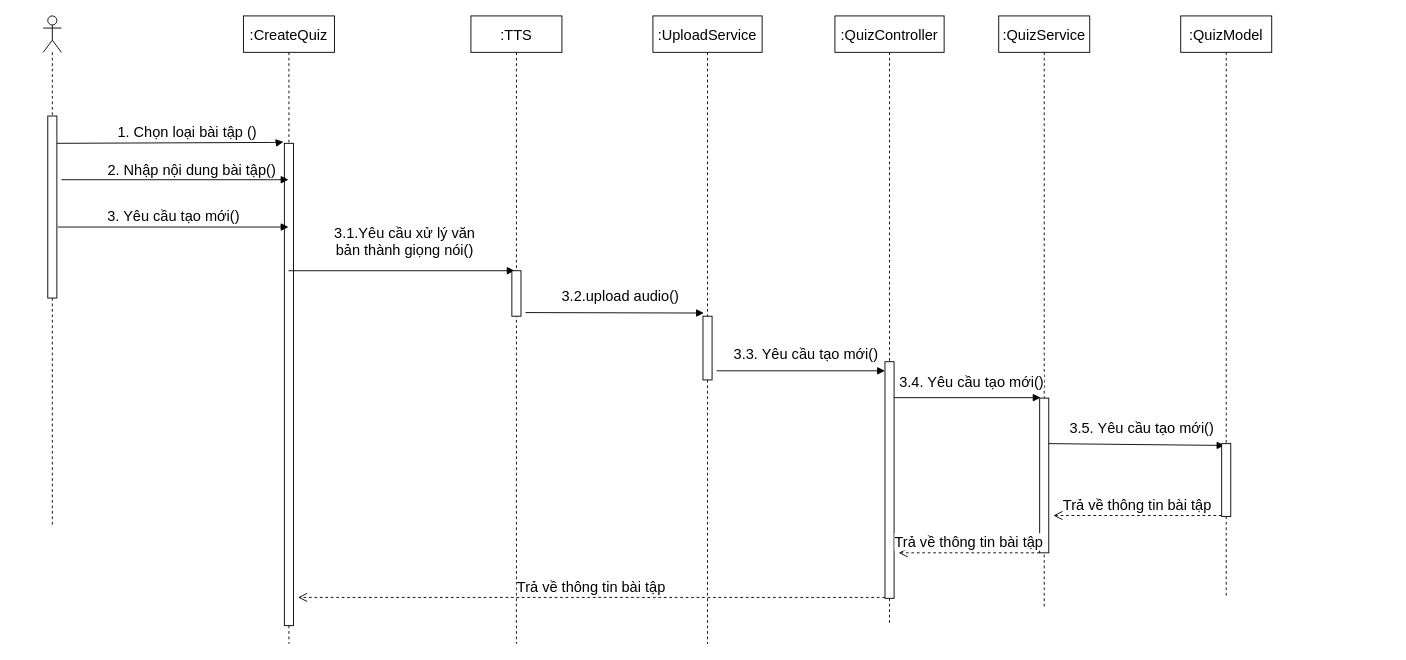
The draw.io diagram page "Page-1" (1 of 25) of src/Untitled Diagram.drawio in Thuong911/vietStudy, before the edit. Source tidied: cells renumbered, new cells numbered last; positions are measured from the earlier drawing's top-left corner, leaving out a move shared by most shapes. Both pictures are drawn from the tidied source at 91%, with x=0, y=0 at pixel (43, 15).
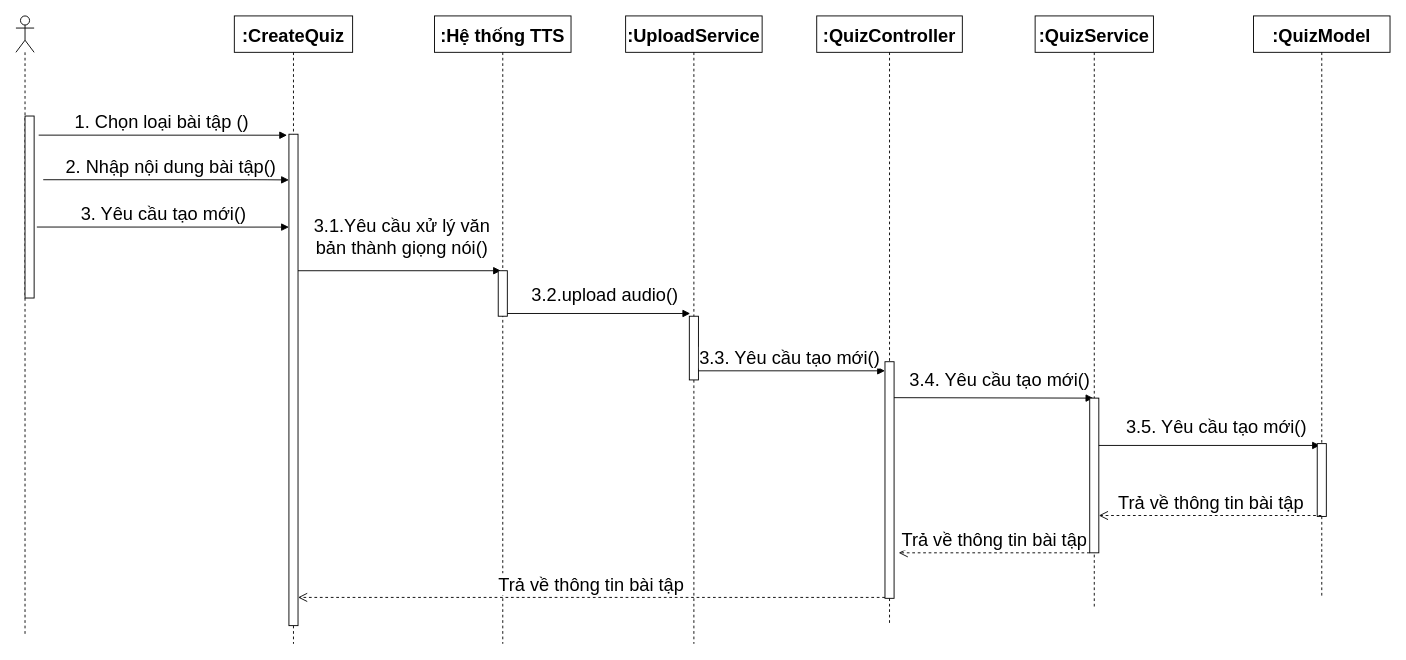
Above is the later version.

What changed in the source:
```diff
@@
-    <mxCell id="2" value=":CreateQuiz" style="shape=umlLifeline;perimeter=lifelinePerimeter;rounded=0;shadow=0;strokeWidth=1;fontSize=16;" parent="1" vertex="1">
-      <mxGeometry x="220" width="100" height="690" as="geometry" />
+    <mxCell id="2" value=":CreateQuiz" style="shape=umlLifeline;perimeter=lifelinePerimeter;rounded=0;shadow=0;strokeWidth=1;fontSize=20;fontStyle=1;" parent="1" vertex="1">
+      <mxGeometry x="210" width="130" height="690" as="geometry" />
     </mxCell>
-    <mxCell id="3" style="html=1;points=[];perimeter=orthogonalPerimeter;fontSize=16;" parent="2" vertex="1">
-      <mxGeometry x="45" y="140" width="10" height="530" as="geometry" />
+    <mxCell id="3" style="html=1;points=[];perimeter=orthogonalPerimeter;fontSize=20;" parent="2" vertex="1">
+      <mxGeometry x="60" y="130" width="10" height="540" as="geometry" />
     </mxCell>
-    <mxCell id="4" value=":QuizController" style="shape=umlLifeline;perimeter=lifelinePerimeter;rounded=0;shadow=0;strokeWidth=1;fontSize=16;" parent="1" vertex="1">
-      <mxGeometry x="870" width="120" height="670" as="geometry" />
+    <mxCell id="4" value=":QuizController" style="shape=umlLifeline;perimeter=lifelinePerimeter;rounded=0;shadow=0;strokeWidth=1;fontSize=20;fontStyle=1;" parent="1" vertex="1">
+      <mxGeometry x="850" width="160" height="670" as="geometry" />
     </mxCell>
-    <mxCell id="5" value=":QuizService" style="shape=umlLifeline;perimeter=lifelinePerimeter;rounded=0;shadow=0;strokeWidth=1;fontSize=16;" parent="1" vertex="1">
-      <mxGeometry x="1050" width="100" height="650" as="geometry" />
+    <mxCell id="5" value=":QuizService" style="shape=umlLifeline;perimeter=lifelinePerimeter;rounded=0;shadow=0;strokeWidth=1;fontSize=20;fontStyle=1;" parent="1" vertex="1">
+      <mxGeometry x="1090" width="130" height="650" as="geometry" />
     </mxCell>
-    <mxCell id="6" value=":QuizModel" style="shape=umlLifeline;perimeter=lifelinePerimeter;rounded=0;shadow=0;strokeWidth=1;fontSize=16;" parent="1" vertex="1">
-      <mxGeometry x="1250" width="100" height="640" as="geometry" />
+    <mxCell id="6" value=":QuizModel" style="shape=umlLifeline;perimeter=lifelinePerimeter;rounded=0;shadow=0;strokeWidth=1;fontSize=20;fontStyle=1;" parent="1" vertex="1">
+      <mxGeometry x="1330" width="150" height="640" as="geometry" />
     </mxCell>
-    <mxCell id="7" style="shape=umlLifeline;participant=umlActor;perimeter=lifelinePerimeter;whiteSpace=wrap;html=1;verticalAlign=top;spacingTop=36;fontSize=16;" parent="1" vertex="1">
-      <mxGeometry width="20" height="560" as="geometry" />
+    <mxCell id="7" style="shape=umlLifeline;participant=umlActor;perimeter=lifelinePerimeter;whiteSpace=wrap;html=1;verticalAlign=top;spacingTop=36;fontSize=20;" parent="1" vertex="1">
+      <mxGeometry x="-30" width="20" height="680" as="geometry" />
     </mxCell>
-    <mxCell id="8" style="html=1;points=[];perimeter=orthogonalPerimeter;fontSize=16;" parent="1" vertex="1">
-      <mxGeometry x="5" y="110" width="10" height="200" as="geometry" />
+    <mxCell id="8" style="html=1;points=[];perimeter=orthogonalPerimeter;fontSize=20;" parent="1" vertex="1">
+      <mxGeometry x="-20" y="110" width="10" height="200" as="geometry" />
     </mxCell>
-    <mxCell id="9" value="2. Nhập nội dung bài tập()" style="html=1;verticalAlign=bottom;endArrow=block;fontSize=16;" parent="1" edge="1" target="2">
-      <mxGeometry x="0.15" y="-1" relative="1" as="geometry">
-        <mxPoint x="20" y="180" as="sourcePoint" />
-        <Array as="points">
-          <mxPoint x="255" y="180" />
-        </Array>
-      </mxGeometry>
-    </mxCell>
-    <mxCell id="10" value="3. Yêu cầu tạo mới()" style="html=1;verticalAlign=bottom;endArrow=block;exitX=1.1;exitY=0.61;exitDx=0;exitDy=0;exitPerimeter=0;fontSize=16;" parent="1" edge="1" source="8" target="2">
-      <mxGeometry relative="1" as="geometry" />
-    </mxCell>
-    <mxCell id="11" value="1. Chọn loại bài tập ()" style="html=1;verticalAlign=bottom;endArrow=block;exitX=1;exitY=0.15;exitDx=0;exitDy=0;exitPerimeter=0;entryX=-0.1;entryY=-0.003;entryDx=0;entryDy=0;entryPerimeter=0;fontSize=16;" parent="1" edge="1" source="8" target="3">
-      <mxGeometry x="0.15" y="-1" relative="1" as="geometry">
-        <Array as="points">
-          <mxPoint x="260" y="139" />
-        </Array>
-      </mxGeometry>
-    </mxCell>
-    <mxCell id="12" value=":TTS" style="shape=umlLifeline;perimeter=lifelinePerimeter;rounded=0;shadow=0;strokeWidth=1;fontSize=16;" parent="1" vertex="1">
-      <mxGeometry x="470" width="100" height="690" as="geometry" />
+    <mxCell id="12" value=":Hệ thống TTS" style="shape=umlLifeline;perimeter=lifelinePerimeter;rounded=0;shadow=0;strokeWidth=1;fontSize=20;fontStyle=1;" parent="1" vertex="1">
+      <mxGeometry x="430" width="150" height="690" as="geometry" />
     </mxCell>
-    <mxCell id="13" value=":UploadService" style="shape=umlLifeline;perimeter=lifelinePerimeter;rounded=0;shadow=0;strokeWidth=1;fontSize=16;" parent="1" vertex="1">
-      <mxGeometry x="670" width="120" height="690" as="geometry" />
+    <mxCell id="13" value=":UploadService" style="shape=umlLifeline;perimeter=lifelinePerimeter;rounded=0;shadow=0;strokeWidth=1;fontSize=20;fontStyle=1;" parent="1" vertex="1">
+      <mxGeometry x="640" width="150" height="690" as="geometry" />
     </mxCell>
+    <mxCell id="17" style="html=1;points=[];perimeter=orthogonalPerimeter;fontSize=20;" parent="13" vertex="1">
+      <mxGeometry x="70" y="330" width="10" height="70" as="geometry" />
+    </mxCell>
-    <mxCell id="14" value="3.1.Yêu cầu xử lý văn &lt;br&gt;bản thành giọng nói()" style="html=1;verticalAlign=bottom;endArrow=block;entryX=0.3;entryY=0;entryDx=0;entryDy=0;entryPerimeter=0;fontSize=16;" parent="1" edge="1" source="2" target="15">
-      <mxGeometry x="0.02" y="11" relative="1" as="geometry" />
+    <mxCell id="14" value="3.1.Yêu cầu xử lý văn &lt;br style=&quot;font-size: 20px;&quot;&gt;bản thành giọng nói()" style="html=1;verticalAlign=bottom;endArrow=block;entryX=0.3;entryY=0;entryDx=0;entryDy=0;entryPerimeter=0;fontSize=20;" parent="1" edge="1" target="15">
+      <mxGeometry x="0.02" y="11" relative="1" as="geometry">
+        <mxPoint x="280" y="280" as="sourcePoint" />
+      </mxGeometry>
     </mxCell>
-    <mxCell id="15" style="html=1;points=[];perimeter=orthogonalPerimeter;fontSize=16;" parent="1" vertex="1">
-      <mxGeometry x="515" y="280" width="10" height="50" as="geometry" />
+    <mxCell id="15" style="html=1;points=[];perimeter=orthogonalPerimeter;fontSize=20;" parent="1" vertex="1">
+      <mxGeometry x="500" y="280" width="10" height="50" as="geometry" />
     </mxCell>
-    <mxCell id="16" value="3.2.upload audio()" style="html=1;verticalAlign=bottom;endArrow=block;fontSize=16;entryX=0.1;entryY=-0.05;entryDx=0;entryDy=0;entryPerimeter=0;" parent="1" edge="1" target="17">
+    <mxCell id="16" value="3.2.upload audio()" style="html=1;verticalAlign=bottom;endArrow=block;fontSize=20;" parent="1" edge="1">
       <mxGeometry x="0.06" y="6" relative="1" as="geometry">
-        <mxPoint x="530" y="326" as="sourcePoint" />
+        <mxPoint x="510" y="327" as="sourcePoint" />
+        <mxPoint x="711" y="327" as="targetPoint" />
       </mxGeometry>
     </mxCell>
-    <mxCell id="17" style="html=1;points=[];perimeter=orthogonalPerimeter;fontSize=16;" parent="1" vertex="1">
-      <mxGeometry x="725" y="330" width="10" height="70" as="geometry" />
-    </mxCell>
-    <mxCell id="18" value="3.3. Yêu cầu tạo mới()" style="html=1;verticalAlign=bottom;endArrow=block;fontSize=16;" parent="1" edge="1" target="19">
-      <mxGeometry x="0.06" y="6" relative="1" as="geometry">
-        <mxPoint x="740" y="390" as="sourcePoint" />
-      </mxGeometry>
+    <mxCell id="18" value="3.3. Yêu cầu tạo mới()" style="html=1;verticalAlign=bottom;endArrow=block;fontSize=20;exitX=1;exitY=0.857;exitDx=0;exitDy=0;exitPerimeter=0;" parent="1" edge="1" source="17" target="19">
+      <mxGeometry x="-0.02" relative="1" as="geometry" />
     </mxCell>
-    <mxCell id="19" style="html=1;points=[];perimeter=orthogonalPerimeter;fontSize=16;" parent="1" vertex="1">
+    <mxCell id="19" style="html=1;points=[];perimeter=orthogonalPerimeter;fontSize=20;" parent="1" vertex="1">
       <mxGeometry x="925" y="380" width="10" height="260" as="geometry" />
     </mxCell>
-    <mxCell id="20" value="3.4. Yêu cầu tạo mới()" style="html=1;verticalAlign=bottom;endArrow=block;fontSize=16;entryX=0.1;entryY=-0.05;entryDx=0;entryDy=0;entryPerimeter=0;" parent="1" edge="1">
+    <mxCell id="20" value="3.4. Yêu cầu tạo mới()" style="html=1;verticalAlign=bottom;endArrow=block;fontSize=20;entryX=0.4;entryY=0;entryDx=0;entryDy=0;entryPerimeter=0;" parent="1" edge="1" target="21">
       <mxGeometry x="0.06" y="6" relative="1" as="geometry">
         <mxPoint x="935" y="419.5" as="sourcePoint" />
-        <mxPoint x="1096" y="419.5" as="targetPoint" />
       </mxGeometry>
     </mxCell>
-    <mxCell id="21" style="html=1;points=[];perimeter=orthogonalPerimeter;fontSize=16;" parent="1" vertex="1">
-      <mxGeometry x="1095" y="420" width="10" height="170" as="geometry" />
+    <mxCell id="21" style="html=1;points=[];perimeter=orthogonalPerimeter;fontSize=20;" parent="1" vertex="1">
+      <mxGeometry x="1150" y="420" width="10" height="170" as="geometry" />
     </mxCell>
-    <mxCell id="22" value="3.5. Yêu cầu tạo mới()" style="html=1;verticalAlign=bottom;endArrow=block;fontSize=16;entryX=0.3;entryY=0.025;entryDx=0;entryDy=0;entryPerimeter=0;" parent="1" edge="1" target="23">
+    <mxCell id="22" value="3.5. Yêu cầu tạo mới()" style="html=1;verticalAlign=bottom;endArrow=block;fontSize=20;entryX=0.3;entryY=0.025;entryDx=0;entryDy=0;entryPerimeter=0;" parent="1" edge="1" target="23">
       <mxGeometry x="0.06" y="6" relative="1" as="geometry">
-        <mxPoint x="1105" y="470" as="sourcePoint" />
+        <mxPoint x="1160" y="472" as="sourcePoint" />
       </mxGeometry>
     </mxCell>
-    <mxCell id="23" style="html=1;points=[];perimeter=orthogonalPerimeter;fontSize=16;" parent="1" vertex="1">
-      <mxGeometry x="1295" y="470" width="10" height="80" as="geometry" />
+    <mxCell id="23" style="html=1;points=[];perimeter=orthogonalPerimeter;fontSize=20;" parent="1" vertex="1">
+      <mxGeometry x="1400" y="470" width="10" height="80" as="geometry" />
     </mxCell>
-    <mxCell id="24" value="Trả về thông tin bài tập" style="html=1;verticalAlign=bottom;endArrow=open;dashed=1;endSize=8;fontSize=16;" parent="1" edge="1">
+    <mxCell id="24" value="Trả về thông tin bài tập" style="html=1;verticalAlign=bottom;endArrow=open;dashed=1;endSize=8;fontSize=20;" parent="1" edge="1" source="6">
       <mxGeometry relative="1" as="geometry">
-        <mxPoint x="1295" y="549" as="sourcePoint" />
-        <mxPoint x="1110" y="549" as="targetPoint" />
+        <mxPoint x="1160" y="549" as="targetPoint" />
       </mxGeometry>
     </mxCell>
-    <mxCell id="25" value="Trả về thông tin bài tập" style="html=1;verticalAlign=bottom;endArrow=open;dashed=1;endSize=8;fontSize=16;" parent="1" edge="1">
+    <mxCell id="25" value="Trả về thông tin bài tập" style="html=1;verticalAlign=bottom;endArrow=open;dashed=1;endSize=8;fontSize=20;" parent="1" edge="1" source="21">
       <mxGeometry relative="1" as="geometry">
-        <mxPoint x="1095" y="590" as="sourcePoint" />
         <mxPoint x="940" y="590" as="targetPoint" />
       </mxGeometry>
     </mxCell>
-    <mxCell id="26" value="Trả về thông tin bài tập" style="html=1;verticalAlign=bottom;endArrow=open;dashed=1;endSize=8;fontSize=16;" parent="1" edge="1">
+    <mxCell id="26" value="Trả về thông tin bài tập" style="html=1;verticalAlign=bottom;endArrow=open;dashed=1;endSize=8;fontSize=20;" parent="1" edge="1">
       <mxGeometry relative="1" as="geometry">
         <mxPoint x="925" y="639" as="sourcePoint" />
         <mxPoint x="280" y="639" as="targetPoint" />
       </mxGeometry>
     </mxCell>
+    <mxCell id="11" value="1. Chọn loại bài tập ()" style="html=1;verticalAlign=bottom;endArrow=block;entryX=-0.2;entryY=0.002;entryDx=0;entryDy=0;entryPerimeter=0;fontSize=20;" parent="1" edge="1" target="3">
+      <mxGeometry x="-0.01" relative="1" as="geometry">
+        <mxPoint x="-5" y="131" as="sourcePoint" />
+      </mxGeometry>
+    </mxCell>
+    <mxCell id="9" value="2. Nhập nội dung bài tập()" style="html=1;verticalAlign=bottom;endArrow=block;fontSize=20;entryX=0;entryY=0.093;entryDx=0;entryDy=0;entryPerimeter=0;" parent="1" edge="1" target="3">
+      <mxGeometry x="0.04" relative="1" as="geometry">
+        <mxPoint y="180" as="sourcePoint" />
+        <Array as="points">
+          <mxPoint x="236" y="180" />
+        </Array>
+      </mxGeometry>
+    </mxCell>
+    <mxCell id="10" value="3. Yêu cầu tạo mới()" style="html=1;verticalAlign=bottom;endArrow=block;fontSize=20;entryX=0;entryY=0.189;entryDx=0;entryDy=0;entryPerimeter=0;" parent="1" edge="1" target="3">
+      <mxGeometry relative="1" as="geometry">
+        <mxPoint x="-7" y="232" as="sourcePoint" />
+      </mxGeometry>
+    </mxCell>
```
